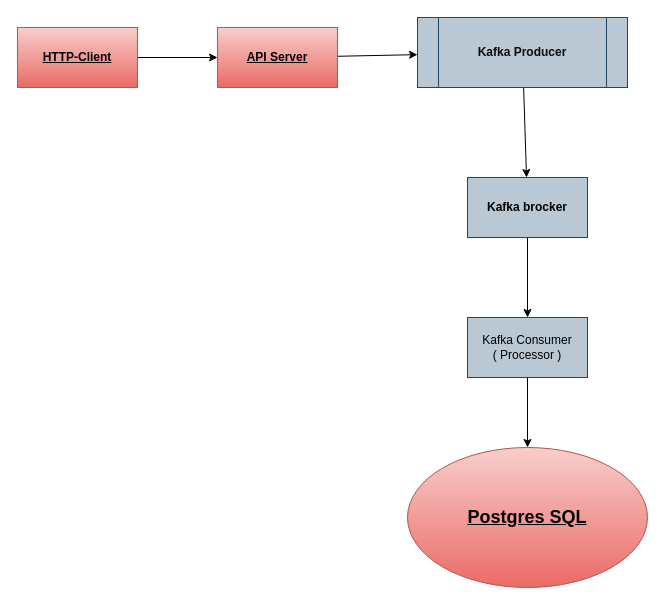
This is kafka_Demo/Architecture.drawio from gajare/practice, a draw.io file, before an edit. Source tidied: cells renumbered, new cells numbered last; positions are measured from the earlier drawing's top-left corner, leaving out a move shared by most shapes. Both pictures are drawn from the tidied source at 100%, with x=0, y=0 at pixel (17, 17).
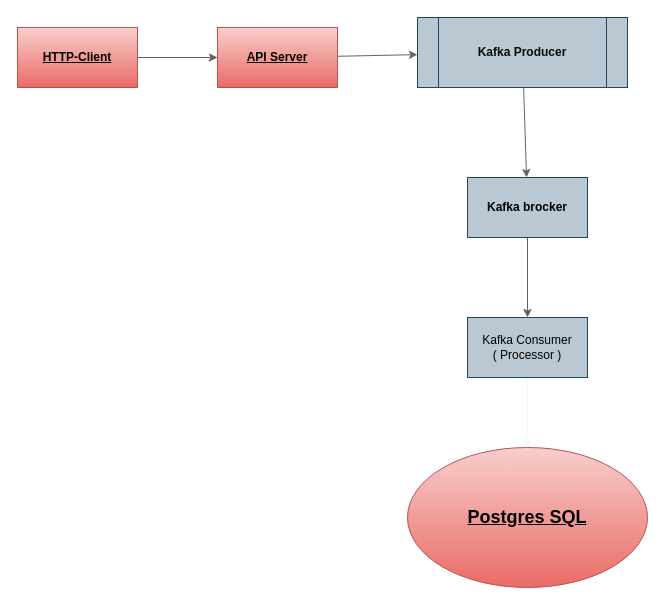
The same diagram, later.

Diff of the diagram source:
```diff
@@
 <mxGraphModel>
   <root>
     <mxCell id="0" />
     <mxCell id="1" parent="0" />
-    <mxCell id="2" style="edgeStyle=none;html=1;" parent="1" edge="1" source="3" target="5">
+    <mxCell id="2" style="edgeStyle=none;html=1;fillColor=#f5f5f5;strokeColor=#66625A;" parent="1" edge="1" source="3" target="5">
       <mxGeometry relative="1" as="geometry" />
     </mxCell>
     <mxCell id="3" value="HTTP-Client" style="whiteSpace=wrap;html=1;fontStyle=5;fillColor=#f8cecc;strokeColor=#b85450;gradientColor=#ea6b66;" parent="1" vertex="1">
       <mxGeometry y="10" width="120" height="60" as="geometry" />
     </mxCell>
-    <mxCell id="4" style="edgeStyle=none;html=1;" parent="1" edge="1" source="5" target="7">
+    <mxCell id="4" style="edgeStyle=none;html=1;fillColor=#f5f5f5;strokeColor=#636666;" parent="1" edge="1" source="5" target="7">
       <mxGeometry relative="1" as="geometry" />
     </mxCell>
     <mxCell id="5" value="API Server" style="whiteSpace=wrap;html=1;fillColor=#f8cecc;strokeColor=#b85450;fontStyle=5;gradientColor=#ea6b66;" parent="1" vertex="1">
       <mxGeometry x="200" y="10" width="120" height="60" as="geometry" />
     </mxCell>
-    <mxCell id="6" style="edgeStyle=none;html=1;" parent="1" edge="1" source="7" target="9">
+    <mxCell id="6" style="edgeStyle=none;html=1;fillColor=#f5f5f5;strokeColor=#606665;curved=1;" parent="1" edge="1" source="7" target="9">
       <mxGeometry relative="1" as="geometry" />
     </mxCell>
     <mxCell id="7" value="Kafka Producer" style="shape=process;whiteSpace=wrap;html=1;backgroundOutline=1;fillColor=#bac8d3;strokeColor=#23445d;fontStyle=1;fontColor=#0b0a0a;" parent="1" vertex="1">
       <mxGeometry x="400" width="210" height="70" as="geometry" />
     </mxCell>
-    <mxCell id="8" style="edgeStyle=none;html=1;" parent="1" edge="1" source="9" target="11">
+    <mxCell id="8" style="edgeStyle=none;html=1;fillColor=#f5f5f5;strokeColor=#665F61;" parent="1" edge="1" source="9" target="11">
       <mxGeometry relative="1" as="geometry" />
     </mxCell>
     <mxCell id="9" value="Kafka brocker" style="whiteSpace=wrap;html=1;fillColor=#bac8d3;strokeColor=#23445d;fontStyle=1;fontColor=#000000;" parent="1" vertex="1">
       <mxGeometry x="450" y="160" width="120" height="60" as="geometry" />
     </mxCell>
-    <mxCell id="10" style="edgeStyle=none;html=1;" parent="1" edge="1" source="11" target="12">
+    <mxCell id="10" style="edgeStyle=none;html=1;fillColor=#f5f5f5;strokeColor=#E6FFF9;" parent="1" edge="1" source="11" target="12">
       <mxGeometry relative="1" as="geometry" />
     </mxCell>
     <mxCell id="11" value="Kafka Consumer&lt;br&gt;( Processor )" style="whiteSpace=wrap;html=1;fillColor=#bac8d3;strokeColor=#23445d;fontColor=#000000;" parent="1" vertex="1">
       <mxGeometry x="450" y="300" width="120" height="60" as="geometry" />
     </mxCell>
     <mxCell id="12" value="Postgres SQL" style="ellipse;whiteSpace=wrap;html=1;fillColor=#f8cecc;strokeColor=#b85450;fontStyle=5;horizontal=1;fontSize=18;gradientColor=#ea6b66;" parent="1" vertex="1">
       <mxGeometry x="390" y="430" width="240" height="140" as="geometry" />
     </mxCell>
   </root>
 </mxGraphModel>
```
